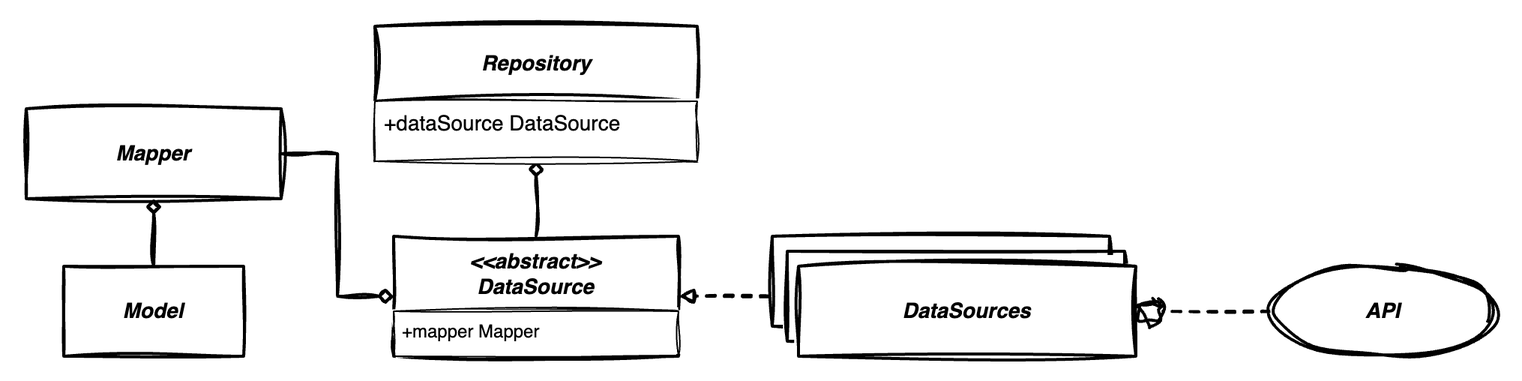
Before: data_layer.drawio.png, a diagram exported from draw.io (hamed-rezaee/flutter_component_architecture_poc). Source tidied: cells renumbered, new cells last; positions are measured from the earlier drawing's top-left corner, leaving out a move shared by most shapes.
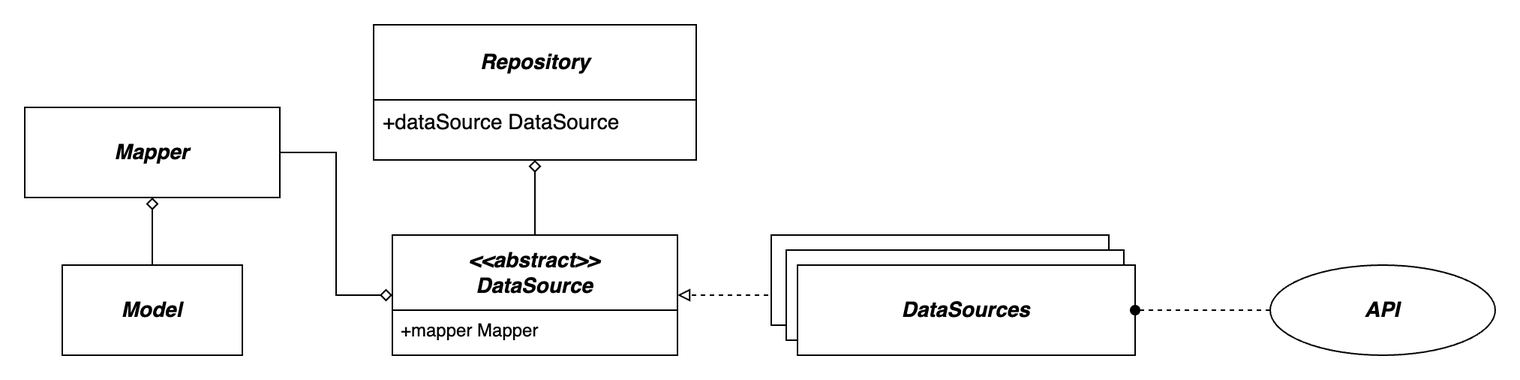
Later version of the same file.

What changed in the source:
```diff
@@ -2,49 +2,49 @@
   <root>
     <mxCell id="0" />
     <mxCell id="1" parent="0" />
-    <mxCell id="2" value="&lt;b&gt;&lt;i&gt;&lt;font style=&quot;font-size: 14px;&quot;&gt;Mapper&lt;br&gt;&lt;/font&gt;&lt;/i&gt;&lt;/b&gt;" style="rounded=0;whiteSpace=wrap;html=1;sketch=1;curveFitting=1;jiggle=2;fontSize=14;fontStyle=0;startSize=50;strokeWidth=2;shadow=0;dashed=0;arcSize=4;" parent="1" vertex="1">
+    <mxCell id="2" value="&lt;b&gt;&lt;i&gt;&lt;font style=&quot;font-size: 14px;&quot;&gt;Mapper&lt;br&gt;&lt;/font&gt;&lt;/i&gt;&lt;/b&gt;" style="rounded=0;whiteSpace=wrap;html=1;fontSize=14;fontStyle=0;startSize=50;strokeWidth=1;shadow=0;dashed=0;arcSize=4;" parent="1" vertex="1">
       <mxGeometry y="55" width="170" height="60" as="geometry" />
     </mxCell>
-    <mxCell id="3" style="edgeStyle=orthogonalEdgeStyle;rounded=0;jettySize=auto;html=1;exitX=0.5;exitY=0;exitDx=0;exitDy=0;endArrow=diamond;endFill=0;sketch=1;curveFitting=1;jiggle=2;strokeWidth=2;entryX=0.5;entryY=1;entryDx=0;entryDy=0;" parent="1" edge="1" source="11" target="14">
+    <mxCell id="3" style="edgeStyle=orthogonalEdgeStyle;rounded=0;jettySize=auto;html=1;exitX=0.5;exitY=0;exitDx=0;exitDy=0;endArrow=diamond;endFill=0;strokeWidth=1;entryX=0.5;entryY=1;entryDx=0;entryDy=0;" parent="1" edge="1" source="11" target="14">
       <mxGeometry relative="1" as="geometry" />
     </mxCell>
-    <mxCell id="4" style="edgeStyle=orthogonalEdgeStyle;rounded=0;jettySize=auto;html=1;exitX=0;exitY=0.5;exitDx=0;exitDy=0;entryX=1;entryY=0.5;entryDx=0;entryDy=0;endArrow=block;endFill=0;sketch=1;curveFitting=1;jiggle=2;dashed=1;strokeWidth=2;" parent="1" edge="1" source="8" target="11">
+    <mxCell id="4" style="edgeStyle=orthogonalEdgeStyle;rounded=0;jettySize=auto;html=1;exitX=0;exitY=0.5;exitDx=0;exitDy=0;entryX=1;entryY=0.5;entryDx=0;entryDy=0;endArrow=block;endFill=0;dashed=1;strokeWidth=1;" parent="1" edge="1" source="8" target="11">
       <mxGeometry relative="1" as="geometry" />
     </mxCell>
-    <mxCell id="5" value="&lt;b&gt;&lt;i&gt;&lt;font style=&quot;font-size: 14px;&quot;&gt;DataSource&lt;br&gt;&lt;/font&gt;&lt;/i&gt;&lt;/b&gt;" style="rounded=0;whiteSpace=wrap;html=1;sketch=1;curveFitting=1;jiggle=2;fontSize=14;fontStyle=0;startSize=50;strokeWidth=2;shadow=0;dashed=0;arcSize=4;" parent="1" vertex="1">
+    <mxCell id="5" value="&lt;b&gt;&lt;i&gt;&lt;font style=&quot;font-size: 14px;&quot;&gt;DataSource&lt;br&gt;&lt;/font&gt;&lt;/i&gt;&lt;/b&gt;" style="rounded=0;whiteSpace=wrap;html=1;fontSize=14;fontStyle=0;startSize=50;strokeWidth=1;shadow=0;dashed=0;arcSize=4;" parent="1" vertex="1">
       <mxGeometry x="497.5" y="140" width="225" height="60" as="geometry" />
     </mxCell>
-    <mxCell id="6" style="edgeStyle=orthogonalEdgeStyle;rounded=0;jettySize=auto;html=1;exitX=0.5;exitY=0;exitDx=0;exitDy=0;entryX=0.5;entryY=1;entryDx=0;entryDy=0;endArrow=diamond;endFill=0;sketch=1;curveFitting=1;jiggle=2;strokeWidth=2;" parent="1" edge="1" source="7" target="2">
+    <mxCell id="6" style="edgeStyle=orthogonalEdgeStyle;rounded=0;jettySize=auto;html=1;exitX=0.5;exitY=0;exitDx=0;exitDy=0;entryX=0.5;entryY=1;entryDx=0;entryDy=0;endArrow=diamond;endFill=0;strokeWidth=1;" parent="1" edge="1" source="7" target="2">
       <mxGeometry relative="1" as="geometry" />
     </mxCell>
-    <mxCell id="7" value="&lt;b&gt;&lt;i&gt;&lt;font style=&quot;font-size: 14px;&quot;&gt;Model&lt;/font&gt;&lt;/i&gt;&lt;/b&gt;" style="rounded=0;whiteSpace=wrap;html=1;sketch=1;curveFitting=1;jiggle=2;fontSize=14;fontStyle=0;startSize=50;strokeWidth=2;shadow=0;dashed=0;arcSize=4;" parent="1" vertex="1">
+    <mxCell id="7" value="&lt;b&gt;&lt;i&gt;&lt;font style=&quot;font-size: 14px;&quot;&gt;Model&lt;/font&gt;&lt;/i&gt;&lt;/b&gt;" style="rounded=0;whiteSpace=wrap;html=1;fontSize=14;fontStyle=0;startSize=50;strokeWidth=1;shadow=0;dashed=0;arcSize=4;" parent="1" vertex="1">
       <mxGeometry x="25" y="160" width="120" height="60" as="geometry" />
     </mxCell>
-    <mxCell id="8" value="&lt;b&gt;&lt;i&gt;&lt;font style=&quot;font-size: 14px;&quot;&gt;DataSource&lt;br&gt;&lt;/font&gt;&lt;/i&gt;&lt;/b&gt;" style="rounded=0;whiteSpace=wrap;html=1;sketch=1;curveFitting=1;jiggle=2;fontSize=14;fontStyle=0;startSize=50;strokeWidth=2;shadow=0;dashed=0;arcSize=4;" parent="1" vertex="1">
+    <mxCell id="8" value="&lt;b&gt;&lt;i&gt;&lt;font style=&quot;font-size: 14px;&quot;&gt;DataSource&lt;br&gt;&lt;/font&gt;&lt;/i&gt;&lt;/b&gt;" style="rounded=0;whiteSpace=wrap;html=1;fontSize=14;fontStyle=0;startSize=50;strokeWidth=1;shadow=0;dashed=0;arcSize=4;" parent="1" vertex="1">
       <mxGeometry x="507.5" y="150" width="225" height="60" as="geometry" />
     </mxCell>
-    <mxCell id="9" value="&lt;b&gt;&lt;i&gt;&lt;font style=&quot;font-size: 14px;&quot;&gt;DataSources&lt;br&gt;&lt;/font&gt;&lt;/i&gt;&lt;/b&gt;" style="rounded=0;whiteSpace=wrap;html=1;sketch=1;curveFitting=1;jiggle=2;fontSize=14;fontStyle=0;startSize=50;strokeWidth=2;shadow=0;dashed=0;arcSize=4;" parent="1" vertex="1">
+    <mxCell id="9" value="&lt;b&gt;&lt;i&gt;&lt;font style=&quot;font-size: 14px;&quot;&gt;DataSources&lt;br&gt;&lt;/font&gt;&lt;/i&gt;&lt;/b&gt;" style="rounded=0;whiteSpace=wrap;html=1;fontSize=14;fontStyle=0;startSize=50;strokeWidth=1;shadow=0;dashed=0;arcSize=4;" parent="1" vertex="1">
       <mxGeometry x="515" y="160" width="225" height="60" as="geometry" />
     </mxCell>
-    <mxCell id="10" style="edgeStyle=orthogonalEdgeStyle;rounded=0;jettySize=auto;html=1;exitX=1;exitY=0.5;exitDx=0;exitDy=0;endArrow=diamond;endFill=0;sketch=1;curveFitting=1;jiggle=2;strokeWidth=2;entryX=0;entryY=0.5;entryDx=0;entryDy=0;" parent="1" edge="1" source="2" target="11">
+    <mxCell id="10" style="edgeStyle=orthogonalEdgeStyle;rounded=0;jettySize=auto;html=1;exitX=1;exitY=0.5;exitDx=0;exitDy=0;endArrow=diamond;endFill=0;strokeWidth=1;entryX=0;entryY=0.5;entryDx=0;entryDy=0;" parent="1" edge="1" source="2" target="11">
       <mxGeometry relative="1" as="geometry" />
     </mxCell>
-    <mxCell id="11" value="&lt;b style=&quot;border-color: var(--border-color);&quot;&gt;&lt;i style=&quot;border-color: var(--border-color);&quot;&gt;&amp;lt;&amp;lt;abstract&amp;gt;&amp;gt;&lt;br&gt;DataSource&lt;/i&gt;&lt;/b&gt;" style="swimlane;horizontal=1;startSize=50;rounded=0;fontSize=14;fontStyle=0;strokeWidth=2;shadow=0;dashed=0;align=center;arcSize=4;whiteSpace=wrap;html=1;fillStyle=auto;sketch=1;curveFitting=1;jiggle=2;swimlaneFillColor=default;swimlaneLine=1;glass=0;" parent="1" vertex="1">
+    <mxCell id="11" value="&lt;b style=&quot;border-color: var(--border-color);&quot;&gt;&lt;i style=&quot;border-color: var(--border-color);&quot;&gt;&amp;lt;&amp;lt;abstract&amp;gt;&amp;gt;&lt;br&gt;DataSource&lt;/i&gt;&lt;/b&gt;" style="swimlane;horizontal=1;startSize=50;rounded=0;fontSize=14;fontStyle=0;strokeWidth=1;shadow=0;dashed=0;align=center;arcSize=4;whiteSpace=wrap;html=1;fillStyle=auto;swimlaneFillColor=default;swimlaneLine=1;glass=0;" parent="1" vertex="1">
       <mxGeometry x="245" y="140" width="190" height="80" as="geometry" />
     </mxCell>
-    <mxCell id="12" value="+mapper Mapper" style="align=left;spacingLeft=4;fontSize=12;verticalAlign=top;html=1;sketch=1;curveFitting=1;jiggle=2;labelBackgroundColor=none;" parent="11" vertex="1">
+    <mxCell id="12" value="+mapper Mapper" style="align=left;spacingLeft=4;fontSize=12;verticalAlign=top;html=1;labelBackgroundColor=none;strokeWidth=1;" parent="11" vertex="1">
       <mxGeometry y="50" width="190" height="30" as="geometry" />
     </mxCell>
-    <mxCell id="13" value="&lt;b style=&quot;border-color: var(--border-color); font-size: 12px;&quot;&gt;&lt;i style=&quot;border-color: var(--border-color);&quot;&gt;&lt;font style=&quot;border-color: var(--border-color); font-size: 14px;&quot;&gt;Repository&lt;/font&gt;&lt;/i&gt;&lt;/b&gt;" style="swimlane;horizontal=1;startSize=50;rounded=0;fontSize=14;fontStyle=0;strokeWidth=2;shadow=0;dashed=0;align=center;arcSize=4;whiteSpace=wrap;html=1;fillStyle=auto;sketch=1;curveFitting=1;jiggle=2;swimlaneFillColor=default;swimlaneLine=1;glass=0;" parent="1" vertex="1">
+    <mxCell id="13" value="&lt;b style=&quot;border-color: var(--border-color); font-size: 12px;&quot;&gt;&lt;i style=&quot;border-color: var(--border-color);&quot;&gt;&lt;font style=&quot;border-color: var(--border-color); font-size: 14px;&quot;&gt;Repository&lt;/font&gt;&lt;/i&gt;&lt;/b&gt;" style="swimlane;horizontal=1;startSize=50;rounded=0;fontSize=14;fontStyle=0;strokeWidth=1;shadow=0;dashed=0;align=center;arcSize=4;whiteSpace=wrap;html=1;fillStyle=auto;swimlaneFillColor=default;swimlaneLine=1;glass=0;" parent="1" vertex="1">
       <mxGeometry x="232.5" width="215" height="90" as="geometry" />
     </mxCell>
-    <mxCell id="14" value="&lt;font style=&quot;font-size: 14px;&quot;&gt;+dataSource DataSource&lt;/font&gt;" style="align=left;spacingLeft=4;fontSize=12;verticalAlign=top;html=1;sketch=1;curveFitting=1;jiggle=2;labelBackgroundColor=none;" parent="13" vertex="1">
+    <mxCell id="14" value="&lt;font style=&quot;font-size: 14px;&quot;&gt;+dataSource DataSource&lt;/font&gt;" style="align=left;spacingLeft=4;fontSize=12;verticalAlign=top;html=1;labelBackgroundColor=none;strokeWidth=1;" parent="13" vertex="1">
       <mxGeometry y="50" width="215" height="40" as="geometry" />
     </mxCell>
-    <mxCell id="15" style="edgeStyle=orthogonalEdgeStyle;rounded=0;jettySize=auto;html=1;exitX=0;exitY=0.5;exitDx=0;exitDy=0;entryX=1;entryY=0.5;entryDx=0;entryDy=0;endArrow=circle;endFill=0;sketch=1;curveFitting=1;jiggle=2;dashed=1;strokeWidth=2;" parent="1" edge="1" source="16" target="9">
+    <mxCell id="15" style="edgeStyle=orthogonalEdgeStyle;rounded=0;jettySize=auto;html=1;exitX=0;exitY=0.5;exitDx=0;exitDy=0;entryX=1;entryY=0.5;entryDx=0;entryDy=0;endArrow=oval;endFill=1;dashed=1;strokeWidth=1;" parent="1" edge="1" source="16" target="9">
       <mxGeometry relative="1" as="geometry" />
     </mxCell>
-    <mxCell id="16" value="&lt;font style=&quot;font-size: 14px;&quot;&gt;&lt;i&gt;API&lt;/i&gt;&lt;/font&gt;" style="ellipse;whiteSpace=wrap;html=1;fontStyle=1;fontSize=12;sketch=1;curveFitting=1;jiggle=2;strokeWidth=2;" parent="1" vertex="1">
+    <mxCell id="16" value="&lt;font style=&quot;font-size: 14px;&quot;&gt;&lt;i&gt;API&lt;/i&gt;&lt;/font&gt;" style="ellipse;whiteSpace=wrap;html=1;fontStyle=1;fontSize=12;strokeWidth=1;" parent="1" vertex="1">
       <mxGeometry x="830" y="160" width="150" height="60" as="geometry" />
     </mxCell>
   </root>
```
